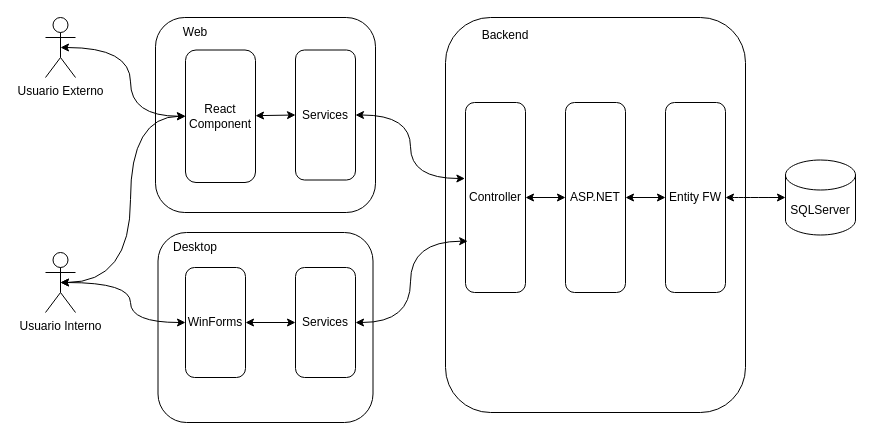
Earlier version of the draw.io diagram propuesta/ImplementacionArquitectura/ImplementacionArquitectura.drawio (elelouch/TrabajoFinalAUS). Source tidied: cells renumbered, new cells numbered last; positions are measured from the earlier drawing's top-left corner, leaving out a move shared by most shapes. Both pictures are drawn from the tidied source at 100%, with x=0, y=0 at pixel (45, 17).
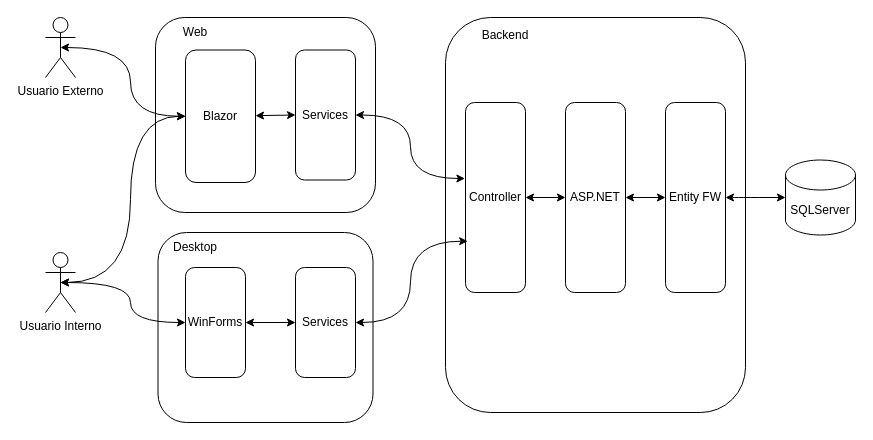
Above is the later version.

What changed in the source:
```diff
@@
-    <mxCell id="6" value="React Component" style="rounded=1;whiteSpace=wrap;html=1;" parent="1" vertex="1">
+    <mxCell id="6" value="Blazor" style="rounded=1;whiteSpace=wrap;html=1;" parent="1" vertex="1">
       <mxGeometry x="140" y="32.5" width="70" height="132.5" as="geometry" />
     </mxCell>
```
